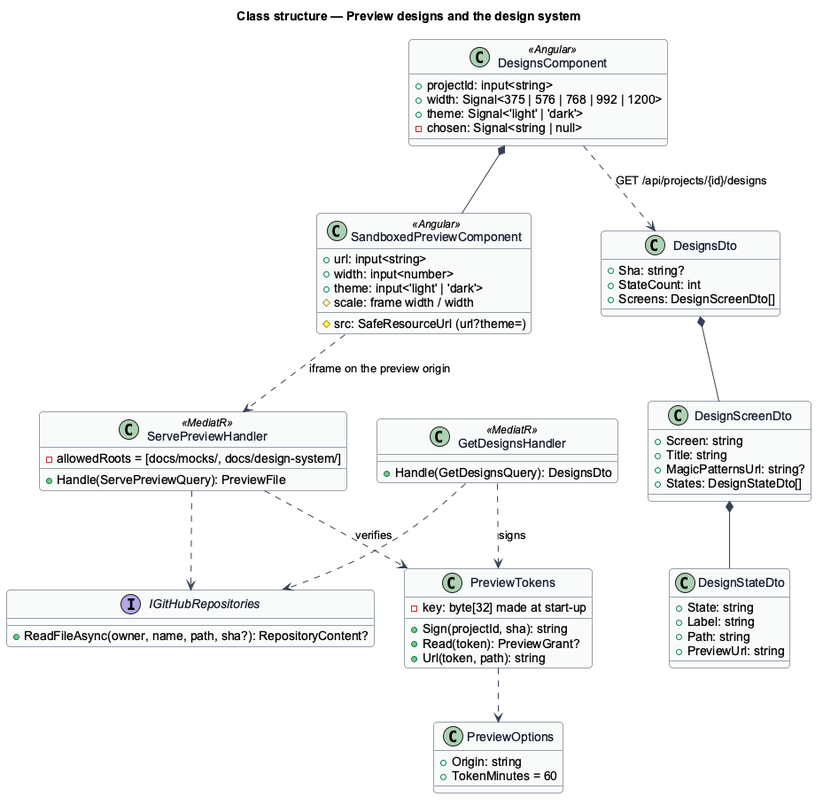
Earlier version of the PlantUML export docs/detailed-designs/mission-control/preview-designs/diagrams/class-structure.png (QuinntyneBrown/hewn).
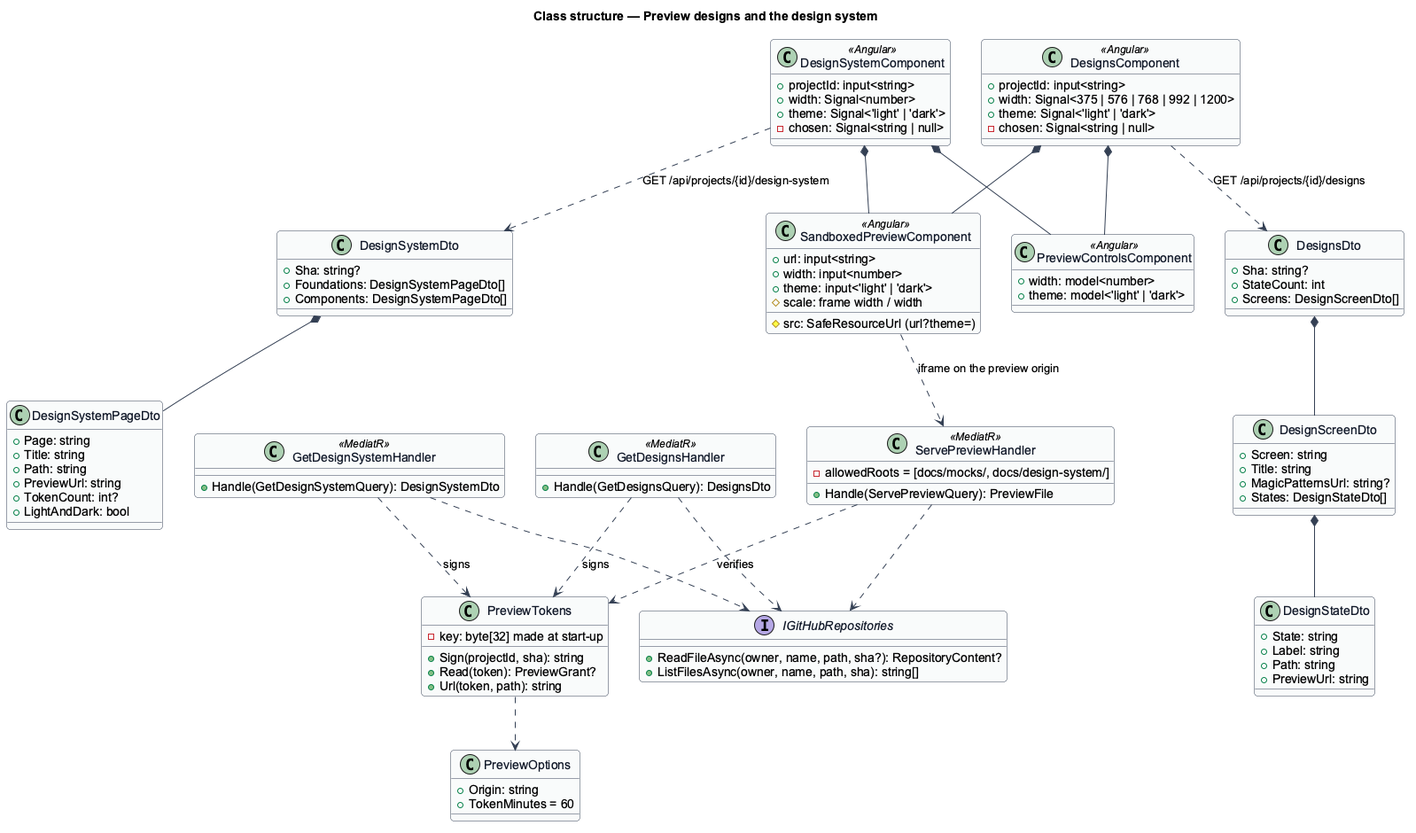
The same diagram one commit later.

Diff of the diagram source:
```diff
@@ -16,6 +16,32 @@
   +width: Signal<375 | 576 | 768 | 992 | 1200>
   +theme: Signal<'light' | 'dark'>
   -chosen: Signal<string | null>
+}
+class DesignSystemComponent <<Angular>> {
+  +projectId: input<string>
+  +width: Signal<number>
+  +theme: Signal<'light' | 'dark'>
+  -chosen: Signal<string | null>
+}
+class PreviewControlsComponent <<Angular>> {
+  +width: model<number>
+  +theme: model<'light' | 'dark'>
+}
+class DesignSystemDto {
+  +Sha: string?
+  +Foundations: DesignSystemPageDto[]
+  +Components: DesignSystemPageDto[]
+}
+class DesignSystemPageDto {
+  +Page: string
+  +Title: string
+  +Path: string
+  +PreviewUrl: string
+  +TokenCount: int?
+  +LightAndDark: bool
+}
+class GetDesignSystemHandler <<MediatR>> {
+  +Handle(GetDesignSystemQuery): DesignSystemDto
 }
 class SandboxedPreviewComponent <<Angular>> {
   +url: input<string>
@@ -60,8 +86,16 @@
 }
 interface IGitHubRepositories {
   +ReadFileAsync(owner, name, path, sha?): RepositoryContent?
+  +ListFilesAsync(owner, name, path, sha): string[]
 }
 DesignsComponent *-- SandboxedPreviewComponent
+DesignsComponent *-- PreviewControlsComponent
+DesignSystemComponent *-- SandboxedPreviewComponent
+DesignSystemComponent *-- PreviewControlsComponent
+DesignSystemComponent ..> DesignSystemDto : GET /api/projects/{id}/design-system
+DesignSystemDto *-- DesignSystemPageDto
+GetDesignSystemHandler ..> PreviewTokens : signs
+GetDesignSystemHandler ..> IGitHubRepositories
 DesignsComponent ..> DesignsDto : GET /api/projects/{id}/designs
 DesignsDto *-- DesignScreenDto
 DesignScreenDto *-- DesignStateDto
```
